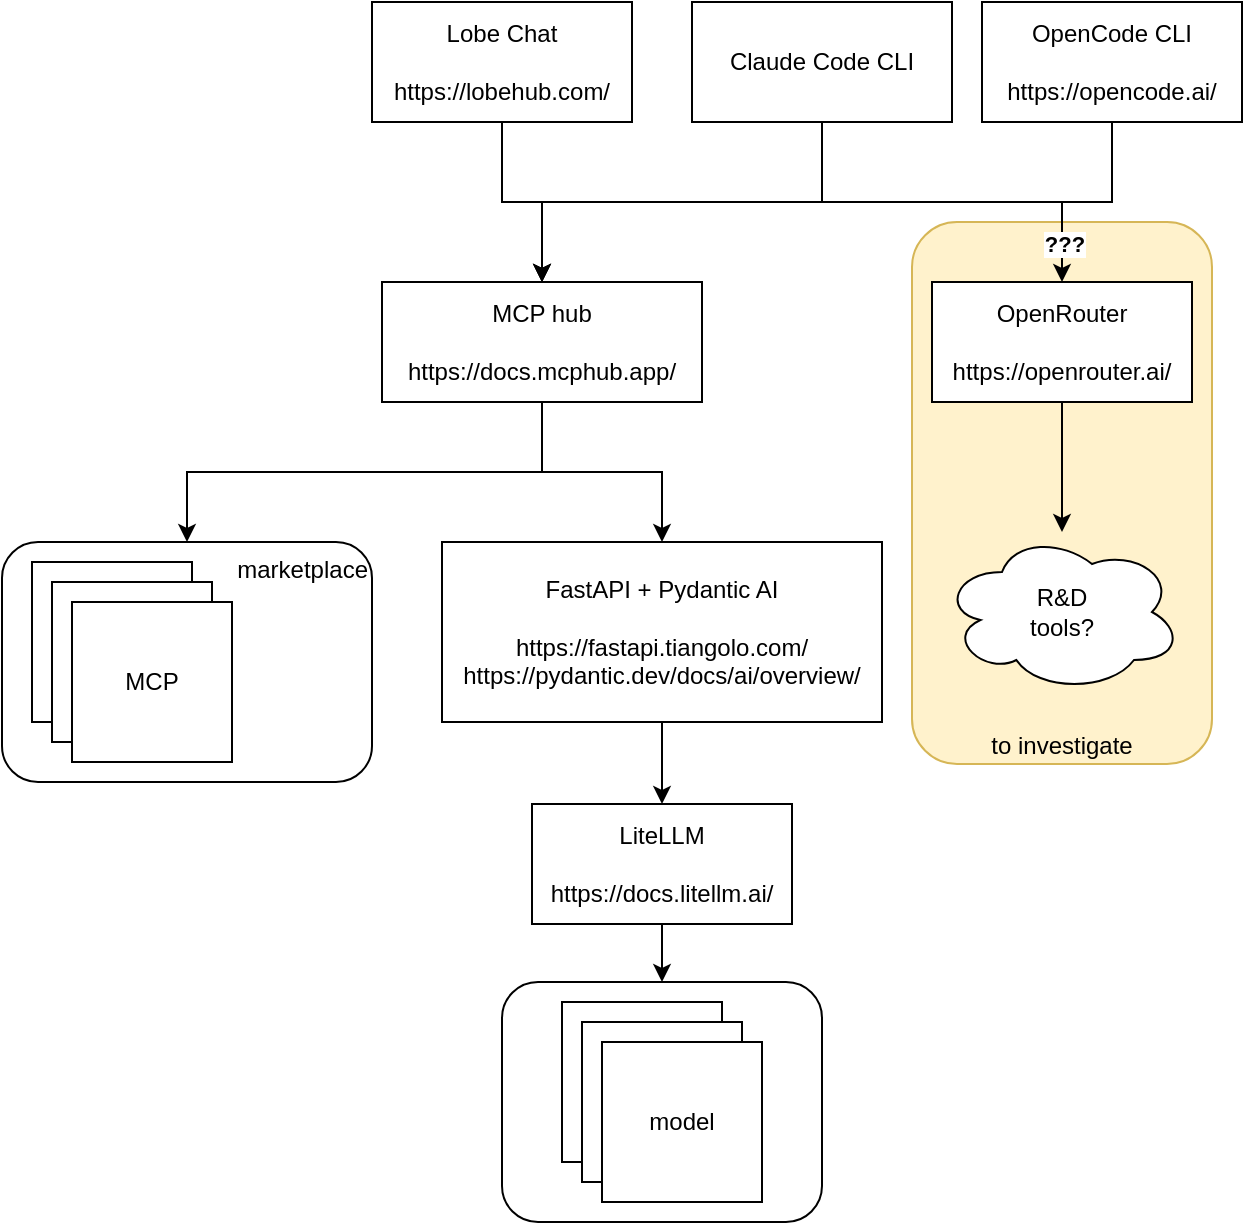
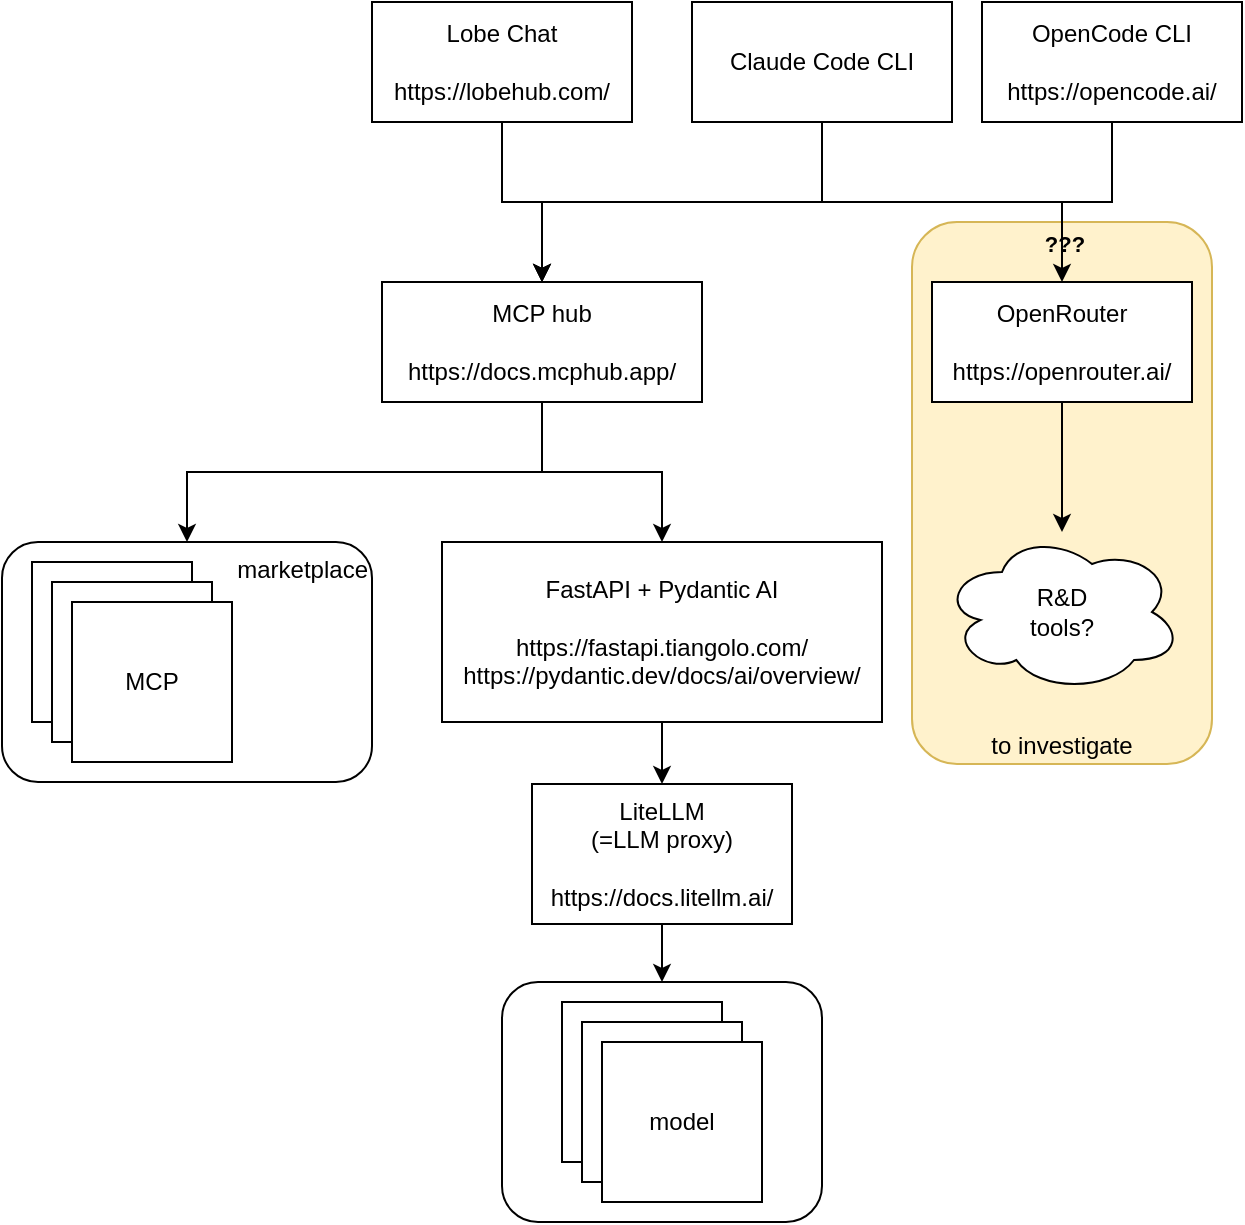
- <mxfile host="Electron">
-   <diagram name="Page-1" id="eoCcnYiY0moZGyWLbca1">
-     <mxGraphModel dx="1232" dy="834" grid="1" gridSize="10" guides="1" tooltips="1" connect="1" arrows="1" fold="1" page="1" pageScale="1" pageWidth="1169" pageHeight="827" math="0" shadow="0">
-       <root>
-         <mxCell id="0" />
-         <mxCell id="1" parent="0" />
-         <mxCell id="oqBE7Asl-N-f4Xp79ZGu-9" parent="1" style="rounded=1;whiteSpace=wrap;html=1;verticalAlign=bottom;fillColor=#fff2cc;strokeColor=#d6b656;" value="to investigate" vertex="1">
-           <mxGeometry height="271" width="150" x="729" y="219" as="geometry" />
-         </mxCell>
-         <mxCell id="QunFR9r59bLeWJVrqa1z-16" parent="1" style="rounded=1;whiteSpace=wrap;html=1;" value="" vertex="1">
-           <mxGeometry height="120" width="160" x="524" y="599" as="geometry" />
-         </mxCell>
-         <mxCell id="oqBE7Asl-N-f4Xp79ZGu-5" edge="1" parent="1" source="QunFR9r59bLeWJVrqa1z-1" style="edgeStyle=orthogonalEdgeStyle;rounded=0;orthogonalLoop=1;jettySize=auto;html=1;exitX=0.5;exitY=1;exitDx=0;exitDy=0;" target="QunFR9r59bLeWJVrqa1z-4">
-           <mxGeometry relative="1" as="geometry" />
-         </mxCell>
-         <mxCell id="QunFR9r59bLeWJVrqa1z-1" parent="1" style="rounded=0;whiteSpace=wrap;html=1;" value="OpenCode CLI&lt;br&gt;&lt;br&gt;https://opencode.ai/" vertex="1">
-           <mxGeometry height="60" width="130" x="764" y="109" as="geometry" />
-         </mxCell>
-         <mxCell id="QunFR9r59bLeWJVrqa1z-22" edge="1" parent="1" source="QunFR9r59bLeWJVrqa1z-2" style="edgeStyle=orthogonalEdgeStyle;rounded=0;orthogonalLoop=1;jettySize=auto;html=1;exitX=0.5;exitY=1;exitDx=0;exitDy=0;" target="QunFR9r59bLeWJVrqa1z-3">
-           <mxGeometry relative="1" as="geometry" />
-         </mxCell>
-         <mxCell id="QunFR9r59bLeWJVrqa1z-2" parent="1" style="rounded=0;whiteSpace=wrap;html=1;" value="OpenRouter&lt;br&gt;&lt;br&gt;https://openrouter.ai/" vertex="1">
-           <mxGeometry height="60" width="130" x="739" y="249" as="geometry" />
-         </mxCell>
-         <mxCell id="QunFR9r59bLeWJVrqa1z-3" parent="1" style="ellipse;shape=cloud;whiteSpace=wrap;html=1;" value="R&amp;amp;D&lt;div&gt;tools?&lt;/div&gt;" vertex="1">
-           <mxGeometry height="80" width="120" x="744" y="374" as="geometry" />
-         </mxCell>
-         <mxCell id="QunFR9r59bLeWJVrqa1z-17" edge="1" parent="1" source="QunFR9r59bLeWJVrqa1z-4" style="edgeStyle=orthogonalEdgeStyle;rounded=0;orthogonalLoop=1;jettySize=auto;html=1;exitX=0.5;exitY=1;exitDx=0;exitDy=0;entryX=0.5;entryY=0;entryDx=0;entryDy=0;" target="QunFR9r59bLeWJVrqa1z-5">
-           <mxGeometry relative="1" as="geometry" />
-         </mxCell>
-         <mxCell id="QunFR9r59bLeWJVrqa1z-28" edge="1" parent="1" source="QunFR9r59bLeWJVrqa1z-4" style="edgeStyle=orthogonalEdgeStyle;rounded=0;orthogonalLoop=1;jettySize=auto;html=1;exitX=0.5;exitY=1;exitDx=0;exitDy=0;entryX=0.5;entryY=0;entryDx=0;entryDy=0;" target="QunFR9r59bLeWJVrqa1z-23">
-           <mxGeometry relative="1" as="geometry" />
-         </mxCell>
-         <mxCell id="QunFR9r59bLeWJVrqa1z-4" parent="1" style="rounded=0;whiteSpace=wrap;html=1;" value="MCP hub&lt;br&gt;&lt;br&gt;https://docs.mcphub.app/" vertex="1">
-           <mxGeometry height="60" width="160" x="464" y="249" as="geometry" />
-         </mxCell>
-         <mxCell id="QunFR9r59bLeWJVrqa1z-18" edge="1" parent="1" source="QunFR9r59bLeWJVrqa1z-5" style="edgeStyle=orthogonalEdgeStyle;rounded=0;orthogonalLoop=1;jettySize=auto;html=1;exitX=0.5;exitY=1;exitDx=0;exitDy=0;entryX=0.5;entryY=0;entryDx=0;entryDy=0;" target="QunFR9r59bLeWJVrqa1z-7">
-           <mxGeometry relative="1" as="geometry">
-             <mxPoint x="624" y="489" as="sourcePoint" />
-           </mxGeometry>
-         </mxCell>
-         <mxCell id="QunFR9r59bLeWJVrqa1z-5" parent="1" style="rounded=0;whiteSpace=wrap;html=1;" value="FastAPI + Pydantic AI&lt;br&gt;&lt;br&gt;https://fastapi.tiangolo.com/&lt;br&gt;https://pydantic.dev/docs/ai/overview/" vertex="1">
-           <mxGeometry height="90" width="220" x="494" y="379" as="geometry" />
-         </mxCell>
-         <mxCell id="QunFR9r59bLeWJVrqa1z-19" edge="1" parent="1" source="QunFR9r59bLeWJVrqa1z-7" style="edgeStyle=orthogonalEdgeStyle;rounded=0;orthogonalLoop=1;jettySize=auto;html=1;exitX=0.5;exitY=1;exitDx=0;exitDy=0;entryX=0.5;entryY=0;entryDx=0;entryDy=0;" target="QunFR9r59bLeWJVrqa1z-16">
-           <mxGeometry relative="1" as="geometry" />
-         </mxCell>
-         <mxCell id="QunFR9r59bLeWJVrqa1z-7" parent="1" style="rounded=0;whiteSpace=wrap;html=1;" value="LiteLLM&lt;br&gt;&lt;br&gt;https://docs.litellm.ai/" vertex="1">
-           <mxGeometry height="60" width="130" x="539" y="510" as="geometry" />
-         </mxCell>
-         <mxCell id="QunFR9r59bLeWJVrqa1z-9" parent="1" style="whiteSpace=wrap;html=1;aspect=fixed;" value="M1" vertex="1">
-           <mxGeometry height="80" width="80" x="554" y="609" as="geometry" />
-         </mxCell>
-         <mxCell id="QunFR9r59bLeWJVrqa1z-12" parent="1" style="whiteSpace=wrap;html=1;aspect=fixed;" value="M1" vertex="1">
-           <mxGeometry height="80" width="80" x="564" y="619" as="geometry" />
-         </mxCell>
-         <mxCell id="QunFR9r59bLeWJVrqa1z-13" parent="1" style="whiteSpace=wrap;html=1;aspect=fixed;" value="model" vertex="1">
-           <mxGeometry height="80" width="80" x="574" y="629" as="geometry" />
-         </mxCell>
-         <mxCell id="QunFR9r59bLeWJVrqa1z-23" parent="1" style="rounded=1;whiteSpace=wrap;html=1;align=right;verticalAlign=top;" value="marketplace" vertex="1">
-           <mxGeometry height="120" width="185" x="274" y="379" as="geometry" />
-         </mxCell>
-         <mxCell id="QunFR9r59bLeWJVrqa1z-24" parent="1" style="whiteSpace=wrap;html=1;aspect=fixed;" value="M1" vertex="1">
-           <mxGeometry height="80" width="80" x="289" y="389" as="geometry" />
-         </mxCell>
-         <mxCell id="QunFR9r59bLeWJVrqa1z-25" parent="1" style="whiteSpace=wrap;html=1;aspect=fixed;" value="M1" vertex="1">
-           <mxGeometry height="80" width="80" x="299" y="399" as="geometry" />
-         </mxCell>
-         <mxCell id="QunFR9r59bLeWJVrqa1z-26" parent="1" style="whiteSpace=wrap;html=1;aspect=fixed;" value="MCP" vertex="1">
-           <mxGeometry height="80" width="80" x="309" y="409" as="geometry" />
-         </mxCell>
-         <mxCell id="oqBE7Asl-N-f4Xp79ZGu-4" edge="1" parent="1" source="2" style="edgeStyle=orthogonalEdgeStyle;rounded=0;orthogonalLoop=1;jettySize=auto;html=1;exitX=0.5;exitY=1;exitDx=0;exitDy=0;" target="QunFR9r59bLeWJVrqa1z-4">
-           <mxGeometry relative="1" as="geometry" />
-         </mxCell>
-         <mxCell id="2" parent="1" style="rounded=0;whiteSpace=wrap;html=1;" value="Lobe Chat&lt;br&gt;&lt;br&gt;https://lobehub.com/" vertex="1">
-           <mxGeometry height="60" width="130" x="459" y="109" as="geometry" />
-         </mxCell>
-         <mxCell id="oqBE7Asl-N-f4Xp79ZGu-3" edge="1" parent="1" source="3" style="edgeStyle=orthogonalEdgeStyle;rounded=0;orthogonalLoop=1;jettySize=auto;html=1;exitX=0.5;exitY=1;exitDx=0;exitDy=0;entryX=0.5;entryY=0;entryDx=0;entryDy=0;" target="QunFR9r59bLeWJVrqa1z-4">
-           <mxGeometry relative="1" as="geometry" />
-         </mxCell>
-         <mxCell id="oqBE7Asl-N-f4Xp79ZGu-6" edge="1" parent="1" source="3" style="edgeStyle=orthogonalEdgeStyle;rounded=0;orthogonalLoop=1;jettySize=auto;html=1;exitX=0.5;exitY=1;exitDx=0;exitDy=0;entryX=0.5;entryY=0;entryDx=0;entryDy=0;" target="QunFR9r59bLeWJVrqa1z-2">
-           <mxGeometry relative="1" as="geometry" />
-         </mxCell>
-         <mxCell id="oqBE7Asl-N-f4Xp79ZGu-8" connectable="0" parent="oqBE7Asl-N-f4Xp79ZGu-6" style="edgeLabel;html=1;align=center;verticalAlign=middle;resizable=0;points=[];" value="&lt;b&gt;???&lt;/b&gt;" vertex="1">
-           <mxGeometry relative="1" x="0.8045" y="1" as="geometry">
-             <mxPoint as="offset" />
-           </mxGeometry>
-         </mxCell>
-         <mxCell id="3" parent="1" style="rounded=0;whiteSpace=wrap;html=1;" value="Claude Code CLI" vertex="1">
-           <mxGeometry height="60" width="130" x="619" y="109" as="geometry" />
-         </mxCell>
-       </root>
-     </mxGraphModel>
-   </diagram>
- </mxfile>
+ <mxfile host="65bd71144e">
+     <diagram name="Page-1" id="eoCcnYiY0moZGyWLbca1">
+         <mxGraphModel dx="1373" dy="1156" grid="1" gridSize="10" guides="1" tooltips="1" connect="1" arrows="1" fold="1" page="1" pageScale="1" pageWidth="1169" pageHeight="827" math="0" shadow="0">
+             <root>
+                 <mxCell id="0"/>
+                 <mxCell id="1" parent="0"/>
+                 <mxCell id="oqBE7Asl-N-f4Xp79ZGu-9" value="to investigate" style="rounded=1;whiteSpace=wrap;html=1;verticalAlign=bottom;fillColor=#fff2cc;strokeColor=#d6b656;" parent="1" vertex="1">
+                     <mxGeometry x="729" y="219" width="150" height="271" as="geometry"/>
+                 </mxCell>
+                 <mxCell id="QunFR9r59bLeWJVrqa1z-16" value="" style="rounded=1;whiteSpace=wrap;html=1;" parent="1" vertex="1">
+                     <mxGeometry x="524" y="599" width="160" height="120" as="geometry"/>
+                 </mxCell>
+                 <mxCell id="oqBE7Asl-N-f4Xp79ZGu-5" style="edgeStyle=orthogonalEdgeStyle;rounded=0;orthogonalLoop=1;jettySize=auto;html=1;exitX=0.5;exitY=1;exitDx=0;exitDy=0;" parent="1" source="QunFR9r59bLeWJVrqa1z-1" target="QunFR9r59bLeWJVrqa1z-4" edge="1">
+                     <mxGeometry relative="1" as="geometry"/>
+                 </mxCell>
+                 <mxCell id="QunFR9r59bLeWJVrqa1z-1" value="OpenCode CLI&lt;br&gt;&lt;br&gt;https://opencode.ai/" style="rounded=0;whiteSpace=wrap;html=1;" parent="1" vertex="1">
+                     <mxGeometry x="764" y="109" width="130" height="60" as="geometry"/>
+                 </mxCell>
+                 <mxCell id="QunFR9r59bLeWJVrqa1z-22" style="edgeStyle=orthogonalEdgeStyle;rounded=0;orthogonalLoop=1;jettySize=auto;html=1;exitX=0.5;exitY=1;exitDx=0;exitDy=0;" parent="1" source="QunFR9r59bLeWJVrqa1z-2" target="QunFR9r59bLeWJVrqa1z-3" edge="1">
+                     <mxGeometry relative="1" as="geometry"/>
+                 </mxCell>
+                 <mxCell id="QunFR9r59bLeWJVrqa1z-2" value="OpenRouter&lt;br&gt;&lt;br&gt;https://openrouter.ai/" style="rounded=0;whiteSpace=wrap;html=1;" parent="1" vertex="1">
+                     <mxGeometry x="739" y="249" width="130" height="60" as="geometry"/>
+                 </mxCell>
+                 <mxCell id="QunFR9r59bLeWJVrqa1z-3" value="R&amp;amp;D&lt;div&gt;tools?&lt;/div&gt;" style="ellipse;shape=cloud;whiteSpace=wrap;html=1;" parent="1" vertex="1">
+                     <mxGeometry x="744" y="374" width="120" height="80" as="geometry"/>
+                 </mxCell>
+                 <mxCell id="QunFR9r59bLeWJVrqa1z-17" style="edgeStyle=orthogonalEdgeStyle;rounded=0;orthogonalLoop=1;jettySize=auto;html=1;exitX=0.5;exitY=1;exitDx=0;exitDy=0;entryX=0.5;entryY=0;entryDx=0;entryDy=0;" parent="1" source="QunFR9r59bLeWJVrqa1z-4" target="QunFR9r59bLeWJVrqa1z-5" edge="1">
+                     <mxGeometry relative="1" as="geometry"/>
+                 </mxCell>
+                 <mxCell id="QunFR9r59bLeWJVrqa1z-28" style="edgeStyle=orthogonalEdgeStyle;rounded=0;orthogonalLoop=1;jettySize=auto;html=1;exitX=0.5;exitY=1;exitDx=0;exitDy=0;entryX=0.5;entryY=0;entryDx=0;entryDy=0;" parent="1" source="QunFR9r59bLeWJVrqa1z-4" target="QunFR9r59bLeWJVrqa1z-23" edge="1">
+                     <mxGeometry relative="1" as="geometry"/>
+                 </mxCell>
+                 <mxCell id="QunFR9r59bLeWJVrqa1z-4" value="MCP hub&lt;br&gt;&lt;br&gt;https://docs.mcphub.app/" style="rounded=0;whiteSpace=wrap;html=1;" parent="1" vertex="1">
+                     <mxGeometry x="464" y="249" width="160" height="60" as="geometry"/>
+                 </mxCell>
+                 <mxCell id="QunFR9r59bLeWJVrqa1z-18" style="edgeStyle=orthogonalEdgeStyle;rounded=0;orthogonalLoop=1;jettySize=auto;html=1;exitX=0.5;exitY=1;exitDx=0;exitDy=0;entryX=0.5;entryY=0;entryDx=0;entryDy=0;" parent="1" source="QunFR9r59bLeWJVrqa1z-5" target="QunFR9r59bLeWJVrqa1z-7" edge="1">
+                     <mxGeometry relative="1" as="geometry">
+                         <mxPoint x="624" y="489" as="sourcePoint"/>
+                     </mxGeometry>
+                 </mxCell>
+                 <mxCell id="QunFR9r59bLeWJVrqa1z-5" value="FastAPI + Pydantic AI&lt;br&gt;&lt;br&gt;https://fastapi.tiangolo.com/&lt;br&gt;https://pydantic.dev/docs/ai/overview/" style="rounded=0;whiteSpace=wrap;html=1;" parent="1" vertex="1">
+                     <mxGeometry x="494" y="379" width="220" height="90" as="geometry"/>
+                 </mxCell>
+                 <mxCell id="QunFR9r59bLeWJVrqa1z-19" style="edgeStyle=orthogonalEdgeStyle;rounded=0;orthogonalLoop=1;jettySize=auto;html=1;exitX=0.5;exitY=1;exitDx=0;exitDy=0;entryX=0.5;entryY=0;entryDx=0;entryDy=0;" parent="1" source="QunFR9r59bLeWJVrqa1z-7" target="QunFR9r59bLeWJVrqa1z-16" edge="1">
+                     <mxGeometry relative="1" as="geometry"/>
+                 </mxCell>
+                 <mxCell id="QunFR9r59bLeWJVrqa1z-7" value="LiteLLM&lt;br&gt;(=LLM proxy)&lt;br&gt;&lt;br&gt;https://docs.litellm.ai/" style="rounded=0;whiteSpace=wrap;html=1;" parent="1" vertex="1">
+                     <mxGeometry x="539" y="500" width="130" height="70" as="geometry"/>
+                 </mxCell>
+                 <mxCell id="QunFR9r59bLeWJVrqa1z-9" value="M1" style="whiteSpace=wrap;html=1;aspect=fixed;" parent="1" vertex="1">
+                     <mxGeometry x="554" y="609" width="80" height="80" as="geometry"/>
+                 </mxCell>
+                 <mxCell id="QunFR9r59bLeWJVrqa1z-12" value="M1" style="whiteSpace=wrap;html=1;aspect=fixed;" parent="1" vertex="1">
+                     <mxGeometry x="564" y="619" width="80" height="80" as="geometry"/>
+                 </mxCell>
+                 <mxCell id="QunFR9r59bLeWJVrqa1z-13" value="model" style="whiteSpace=wrap;html=1;aspect=fixed;" parent="1" vertex="1">
+                     <mxGeometry x="574" y="629" width="80" height="80" as="geometry"/>
+                 </mxCell>
+                 <mxCell id="QunFR9r59bLeWJVrqa1z-23" value="marketplace" style="rounded=1;whiteSpace=wrap;html=1;align=right;verticalAlign=top;" parent="1" vertex="1">
+                     <mxGeometry x="274" y="379" width="185" height="120" as="geometry"/>
+                 </mxCell>
+                 <mxCell id="QunFR9r59bLeWJVrqa1z-24" value="M1" style="whiteSpace=wrap;html=1;aspect=fixed;" parent="1" vertex="1">
+                     <mxGeometry x="289" y="389" width="80" height="80" as="geometry"/>
+                 </mxCell>
+                 <mxCell id="QunFR9r59bLeWJVrqa1z-25" value="M1" style="whiteSpace=wrap;html=1;aspect=fixed;" parent="1" vertex="1">
+                     <mxGeometry x="299" y="399" width="80" height="80" as="geometry"/>
+                 </mxCell>
+                 <mxCell id="QunFR9r59bLeWJVrqa1z-26" value="MCP" style="whiteSpace=wrap;html=1;aspect=fixed;" parent="1" vertex="1">
+                     <mxGeometry x="309" y="409" width="80" height="80" as="geometry"/>
+                 </mxCell>
+                 <mxCell id="oqBE7Asl-N-f4Xp79ZGu-4" style="edgeStyle=orthogonalEdgeStyle;rounded=0;orthogonalLoop=1;jettySize=auto;html=1;exitX=0.5;exitY=1;exitDx=0;exitDy=0;" parent="1" source="2" target="QunFR9r59bLeWJVrqa1z-4" edge="1">
+                     <mxGeometry relative="1" as="geometry"/>
+                 </mxCell>
+                 <mxCell id="2" value="Lobe Chat&lt;br&gt;&lt;br&gt;https://lobehub.com/" style="rounded=0;whiteSpace=wrap;html=1;" parent="1" vertex="1">
+                     <mxGeometry x="459" y="109" width="130" height="60" as="geometry"/>
+                 </mxCell>
+                 <mxCell id="oqBE7Asl-N-f4Xp79ZGu-3" style="edgeStyle=orthogonalEdgeStyle;rounded=0;orthogonalLoop=1;jettySize=auto;html=1;exitX=0.5;exitY=1;exitDx=0;exitDy=0;entryX=0.5;entryY=0;entryDx=0;entryDy=0;" parent="1" source="3" target="QunFR9r59bLeWJVrqa1z-4" edge="1">
+                     <mxGeometry relative="1" as="geometry"/>
+                 </mxCell>
+                 <mxCell id="oqBE7Asl-N-f4Xp79ZGu-6" style="edgeStyle=orthogonalEdgeStyle;rounded=0;orthogonalLoop=1;jettySize=auto;html=1;exitX=0.5;exitY=1;exitDx=0;exitDy=0;entryX=0.5;entryY=0;entryDx=0;entryDy=0;" parent="1" source="3" target="QunFR9r59bLeWJVrqa1z-2" edge="1">
+                     <mxGeometry relative="1" as="geometry"/>
+                 </mxCell>
+                 <mxCell id="oqBE7Asl-N-f4Xp79ZGu-8" value="&lt;b&gt;???&lt;/b&gt;" style="edgeLabel;html=1;align=center;verticalAlign=middle;resizable=0;points=[];labelBackgroundColor=none;" parent="oqBE7Asl-N-f4Xp79ZGu-6" connectable="0" vertex="1">
+                     <mxGeometry x="0.8045" y="1" relative="1" as="geometry">
+                         <mxPoint as="offset"/>
+                     </mxGeometry>
+                 </mxCell>
+                 <mxCell id="3" value="Claude Code CLI" style="rounded=0;whiteSpace=wrap;html=1;" parent="1" vertex="1">
+                     <mxGeometry x="619" y="109" width="130" height="60" as="geometry"/>
+                 </mxCell>
+             </root>
+         </mxGraphModel>
+     </diagram>
+ </mxfile>